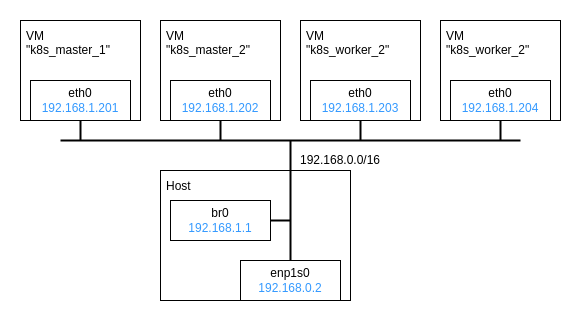
sawa2d2/k8s-on-kvm keeps this draw.io diagram as kubernetes/images/network_architecture.drawio.png. Above is the earlier version. Source tidied: cells renumbered, new cells last; positions are measured from the earlier drawing's top-left corner, leaving out a move shared by most shapes.
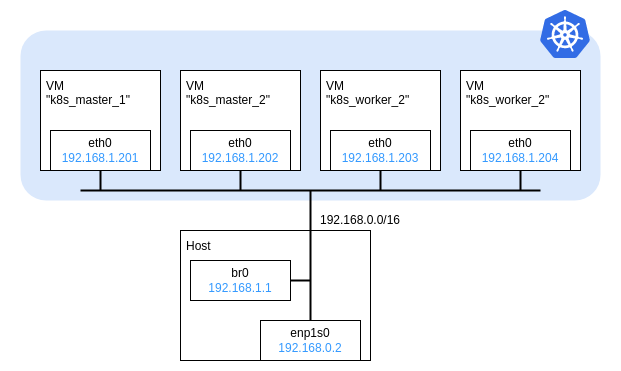
Later version of the same file.

Commit message:
add a k8s icon to the network diagram

Diff of the diagram source:
```diff
@@ -3,10 +3,13 @@
     <mxCell id="0" />
     <mxCell id="1" parent="0" />
     <mxCell id="2" style="rounded=0;whiteSpace=wrap;html=1;strokeColor=none;" parent="1" vertex="1">
-      <mxGeometry width="580" height="320" as="geometry" />
+      <mxGeometry x="-20" y="-50" width="620" height="370" as="geometry" />
     </mxCell>
+    <mxCell id="22" style="rounded=1;whiteSpace=wrap;html=1;dashed=1;fillColor=#dae8fc;strokeColor=none;" parent="1" vertex="1">
+      <mxGeometry y="-20" width="580" height="170" as="geometry" />
+    </mxCell>
     <mxCell id="3" value="Host" style="rounded=0;whiteSpace=wrap;html=1;align=left;verticalAlign=top;spacingLeft=4;spacingTop=2;" parent="1" vertex="1">
-      <mxGeometry x="160" y="170" width="190" height="130" as="geometry" />
+      <mxGeometry x="160" y="180" width="190" height="130" as="geometry" />
     </mxCell>
     <mxCell id="4" style="edgeStyle=orthogonalEdgeStyle;rounded=0;jettySize=auto;html=1;exitX=0.5;exitY=0;exitDx=0;exitDy=0;strokeColor=default;fontColor=#3399FF;endArrow=none;endFill=0;strokeWidth=2;" parent="1" edge="1" source="20">
       <mxGeometry relative="1" as="geometry">
@@ -14,7 +17,7 @@
       </mxGeometry>
     </mxCell>
     <mxCell id="5" value="br0&lt;br&gt;&lt;font color=&quot;#3399ff&quot;&gt;192.168.1.1&lt;/font&gt;" style="rounded=0;whiteSpace=wrap;html=1;" parent="1" vertex="1">
-      <mxGeometry x="170" y="200" width="100" height="40" as="geometry" />
+      <mxGeometry x="170" y="210" width="100" height="40" as="geometry" />
     </mxCell>
     <mxCell id="6" value="VM&lt;br&gt;&quot;k8s_master_1&quot;" style="rounded=0;whiteSpace=wrap;html=1;verticalAlign=top;align=left;spacingTop=2;spacingLeft=4;" parent="1" vertex="1">
       <mxGeometry x="20" y="20" width="120" height="100" as="geometry" />
@@ -51,7 +54,7 @@
       </mxGeometry>
     </mxCell>
     <mxCell id="15" value="&lt;font&gt;192.168.0.0/16&lt;/font&gt;" style="rounded=0;whiteSpace=wrap;html=1;strokeColor=none;fillColor=none;fontColor=default;" parent="1" vertex="1">
-      <mxGeometry x="290" y="150" width="100" height="20" as="geometry" />
+      <mxGeometry x="290" y="160" width="100" height="20" as="geometry" />
     </mxCell>
     <mxCell id="16" value="VM&lt;br&gt;&quot;k8s_worker_2&quot;" style="rounded=0;whiteSpace=wrap;html=1;verticalAlign=top;align=left;spacingTop=2;spacingLeft=4;" parent="1" vertex="1">
       <mxGeometry x="440" y="20" width="120" height="100" as="geometry" />
@@ -70,12 +73,15 @@
       </mxGeometry>
     </mxCell>
     <mxCell id="20" value="enp1s0&lt;br&gt;&lt;font color=&quot;#3399ff&quot;&gt;192.168.0.2&lt;/font&gt;" style="rounded=0;whiteSpace=wrap;html=1;" parent="1" vertex="1">
-      <mxGeometry x="240" y="260" width="100" height="40" as="geometry" />
+      <mxGeometry x="240" y="270" width="100" height="40" as="geometry" />
     </mxCell>
     <mxCell id="21" style="edgeStyle=orthogonalEdgeStyle;rounded=0;jettySize=auto;html=1;strokeColor=default;fontColor=#3399FF;endArrow=none;endFill=0;strokeWidth=2;exitX=1;exitY=0.5;exitDx=0;exitDy=0;" parent="1" edge="1" source="5">
       <mxGeometry relative="1" as="geometry">
-        <mxPoint x="290" y="220" as="targetPoint" />
+        <mxPoint x="290" y="230" as="targetPoint" />
       </mxGeometry>
     </mxCell>
+    <mxCell id="23" style="sketch=0;html=1;align=center;image;fontSize=12;image=img/lib/mscae/Kubernetes.svg;" parent="1" vertex="1">
+      <mxGeometry x="520" y="-40" width="50" height="48" as="geometry" />
+    </mxCell>
   </root>
 </mxGraphModel>
```
